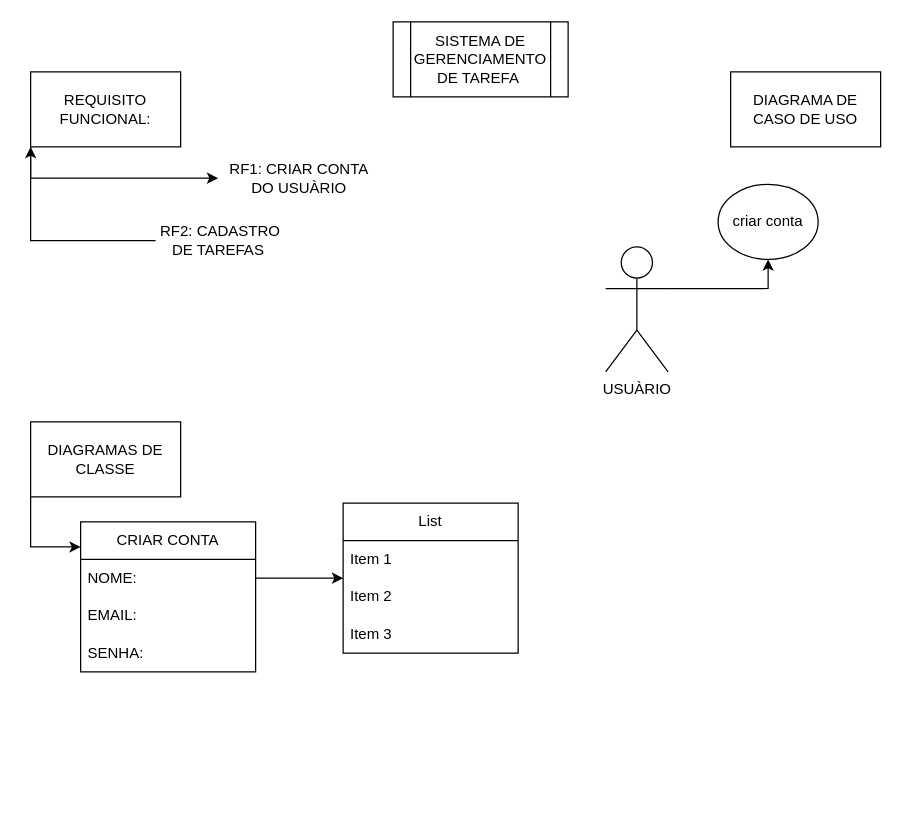
Above: page "Página-5" (5 of 6) of Diagrama sem nome.drawio in Bernardo-Alves125/Diagramas-de-requisitos (draw.io), before the change. Source tidied: cells renumbered, new cells numbered last; positions are measured from the earlier drawing's top-left corner, leaving out a move shared by most shapes. Both pictures are drawn from the tidied source at 125%, with x=0, y=0 at pixel (30, 21).
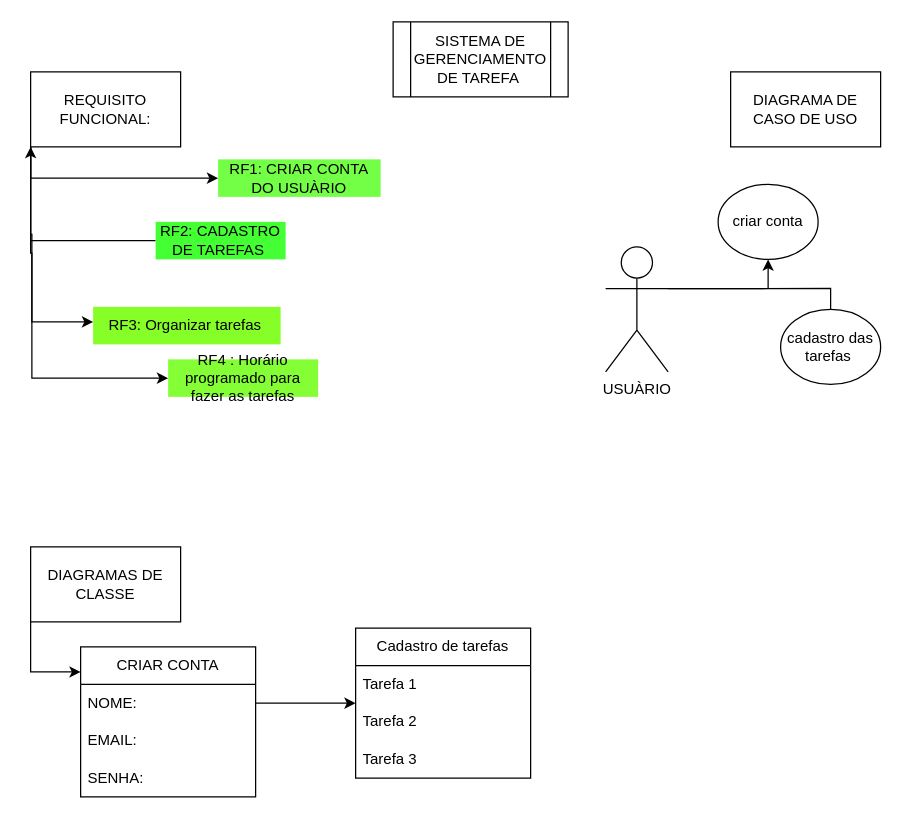
Above is the later version.

Unchanged cells that the change refers to:
```xml
<mxCell id="4" value="REQUISITO FUNCIONAL:" style="rounded=0;whiteSpace=wrap;html=1;" parent="1" vertex="1">
  <mxGeometry y="40" width="120" height="60" as="geometry" />
</mxCell>
<mxCell id="9" value="USUÀRIO" style="shape=umlActor;verticalLabelPosition=bottom;verticalAlign=top;html=1;outlineConnect=0;" parent="1" vertex="1">
  <mxGeometry x="460" y="180" width="50" height="100" as="geometry" />
</mxCell>
<mxCell id="10" value="criar conta" style="ellipse;whiteSpace=wrap;html=1;" parent="1" vertex="1">
  <mxGeometry x="550" y="130" width="80" height="60" as="geometry" />
</mxCell>
```

The edit, as a diff of the source:
```diff
@@
+    <mxCell id="24" style="edgeStyle=orthogonalEdgeStyle;rounded=0;jettySize=auto;html=1;exitX=0;exitY=1;exitDx=0;exitDy=0;entryX=0;entryY=0.4;entryDx=0;entryDy=0;entryPerimeter=0;" parent="1" edge="1" source="4" target="28">
+      <mxGeometry relative="1" as="geometry">
+        <Array as="points">
+          <mxPoint y="170" />
+          <mxPoint x="1" y="170" />
+          <mxPoint x="1" y="240" />
+        </Array>
+      </mxGeometry>
+    </mxCell>
+    <mxCell id="25" style="edgeStyle=orthogonalEdgeStyle;rounded=0;jettySize=auto;html=1;exitX=0;exitY=1;exitDx=0;exitDy=0;entryX=0;entryY=0.5;entryDx=0;entryDy=0;" parent="1" edge="1" source="4" target="29">
+      <mxGeometry relative="1" as="geometry">
+        <Array as="points">
+          <mxPoint y="185" />
+          <mxPoint x="1" y="185" />
+          <mxPoint x="1" y="285" />
+        </Array>
+      </mxGeometry>
+    </mxCell>
@@
     <mxCell id="6" value="DIAGRAMAS DE CLASSE" style="rounded=0;whiteSpace=wrap;html=1;" parent="1" vertex="1">
-      <mxGeometry y="320" width="120" height="60" as="geometry" />
+      <mxGeometry y="420" width="120" height="60" as="geometry" />
     </mxCell>
-    <mxCell id="7" value="RF1: CRIAR CONTA DO USUÀRIO" style="text;html=1;align=center;verticalAlign=middle;whiteSpace=wrap;rounded=0;" parent="1" vertex="1">
+    <mxCell id="7" value="RF1: CRIAR CONTA DO USUÀRIO" style="text;html=1;align=center;verticalAlign=middle;whiteSpace=wrap;rounded=0;fillColor=#73FF45;" parent="1" vertex="1">
       <mxGeometry x="150" y="110" width="130" height="30" as="geometry" />
     </mxCell>
     <mxCell id="8" style="edgeStyle=orthogonalEdgeStyle;rounded=0;jettySize=auto;html=1;exitX=1;exitY=0.3333333333333333;exitDx=0;exitDy=0;exitPerimeter=0;entryX=0.5;entryY=1;entryDx=0;entryDy=0;" parent="1" edge="1" source="9" target="10">
-      <mxGeometry relative="1" as="geometry" />
+      <mxGeometry relative="1" as="geometry">
+        <Array as="points">
+          <mxPoint x="590" y="213" />
+        </Array>
+      </mxGeometry>
     </mxCell>
+    <mxCell id="26" style="edgeStyle=orthogonalEdgeStyle;rounded=0;jettySize=auto;html=1;exitX=1;exitY=0.3333333333333333;exitDx=0;exitDy=0;exitPerimeter=0;entryX=0.607;entryY=0.067;entryDx=0;entryDy=0;entryPerimeter=0;" parent="1" edge="1" source="9" target="27">
+      <mxGeometry relative="1" as="geometry">
+        <Array as="points">
+          <mxPoint x="640" y="213" />
+          <mxPoint x="640" y="244" />
+        </Array>
+      </mxGeometry>
+    </mxCell>
@@
     <mxCell id="12" value="CRIAR CONTA" style="swimlane;fontStyle=0;horizontal=1;startSize=30;whiteSpace=wrap;html=1;" parent="1" vertex="1">
-      <mxGeometry x="40" y="400" width="140" height="120" as="geometry" />
+      <mxGeometry x="40" y="500" width="140" height="120" as="geometry" />
     </mxCell>
@@
-    <mxCell id="18" value="RF2: CADASTRO DE TAREFAS&amp;nbsp;" style="text;html=1;align=center;verticalAlign=middle;whiteSpace=wrap;rounded=0;" parent="1" vertex="1">
+    <mxCell id="18" value="RF2: CADASTRO DE TAREFAS&amp;nbsp;" style="text;html=1;align=center;verticalAlign=middle;whiteSpace=wrap;rounded=0;fillColor=#44FF33;" parent="1" vertex="1">
       <mxGeometry x="100" y="160" width="104" height="30" as="geometry" />
     </mxCell>
-    <mxCell id="19" value="List" style="swimlane;fontStyle=0;horizontal=1;startSize=30;whiteSpace=wrap;html=1;" parent="1" vertex="1">
-      <mxGeometry x="250" y="385" width="140" height="120" as="geometry" />
+    <mxCell id="19" value="Cadastro de tarefas" style="swimlane;fontStyle=0;horizontal=1;startSize=30;whiteSpace=wrap;html=1;" parent="1" vertex="1">
+      <mxGeometry x="260" y="485" width="140" height="120" as="geometry" />
     </mxCell>
-    <mxCell id="20" value="Item 1" style="text;strokeColor=none;fillColor=none;align=left;verticalAlign=middle;spacingLeft=4;spacingRight=4;overflow=hidden;whiteSpace=wrap;html=1;" parent="19" vertex="1">
+    <mxCell id="20" value="Tarefa 1" style="text;strokeColor=none;fillColor=none;align=left;verticalAlign=middle;spacingLeft=4;spacingRight=4;overflow=hidden;whiteSpace=wrap;html=1;" parent="19" vertex="1">
       <mxGeometry y="30" width="140" height="30" as="geometry" />
     </mxCell>
-    <mxCell id="21" value="Item 2" style="text;strokeColor=none;fillColor=none;align=left;verticalAlign=middle;spacingLeft=4;spacingRight=4;overflow=hidden;whiteSpace=wrap;html=1;" parent="19" vertex="1">
+    <mxCell id="21" value="Tarefa 2" style="text;strokeColor=none;fillColor=none;align=left;verticalAlign=middle;spacingLeft=4;spacingRight=4;overflow=hidden;whiteSpace=wrap;html=1;" parent="19" vertex="1">
       <mxGeometry y="60" width="140" height="30" as="geometry" />
     </mxCell>
-    <mxCell id="22" value="Item 3" style="text;strokeColor=none;fillColor=none;align=left;verticalAlign=middle;spacingLeft=4;spacingRight=4;overflow=hidden;whiteSpace=wrap;html=1;" parent="19" vertex="1">
+    <mxCell id="22" value="Tarefa 3" style="text;strokeColor=none;fillColor=none;align=left;verticalAlign=middle;spacingLeft=4;spacingRight=4;overflow=hidden;whiteSpace=wrap;html=1;" parent="19" vertex="1">
       <mxGeometry y="90" width="140" height="30" as="geometry" />
     </mxCell>
@@
+    <mxCell id="27" value="cadastro das tarefas&amp;nbsp;" style="ellipse;whiteSpace=wrap;html=1;" parent="1" vertex="1">
+      <mxGeometry x="600" y="230" width="80" height="60" as="geometry" />
+    </mxCell>
+    <mxCell id="28" value="RF3: Organizar tarefas&amp;nbsp;" style="text;html=1;align=center;verticalAlign=middle;points=[];strokeColor=none;fillColor=#86FF28;" parent="1" vertex="1">
+      <mxGeometry x="50" y="228" width="150" height="30" as="geometry" />
+    </mxCell>
+    <mxCell id="29" value="RF4 : Horário programado para fazer as tarefas" style="text;html=1;align=center;verticalAlign=middle;whiteSpace=wrap;rounded=0;fillColor=#84FF36;" parent="1" vertex="1">
+      <mxGeometry x="110" y="270" width="120" height="30" as="geometry" />
+    </mxCell>
```
